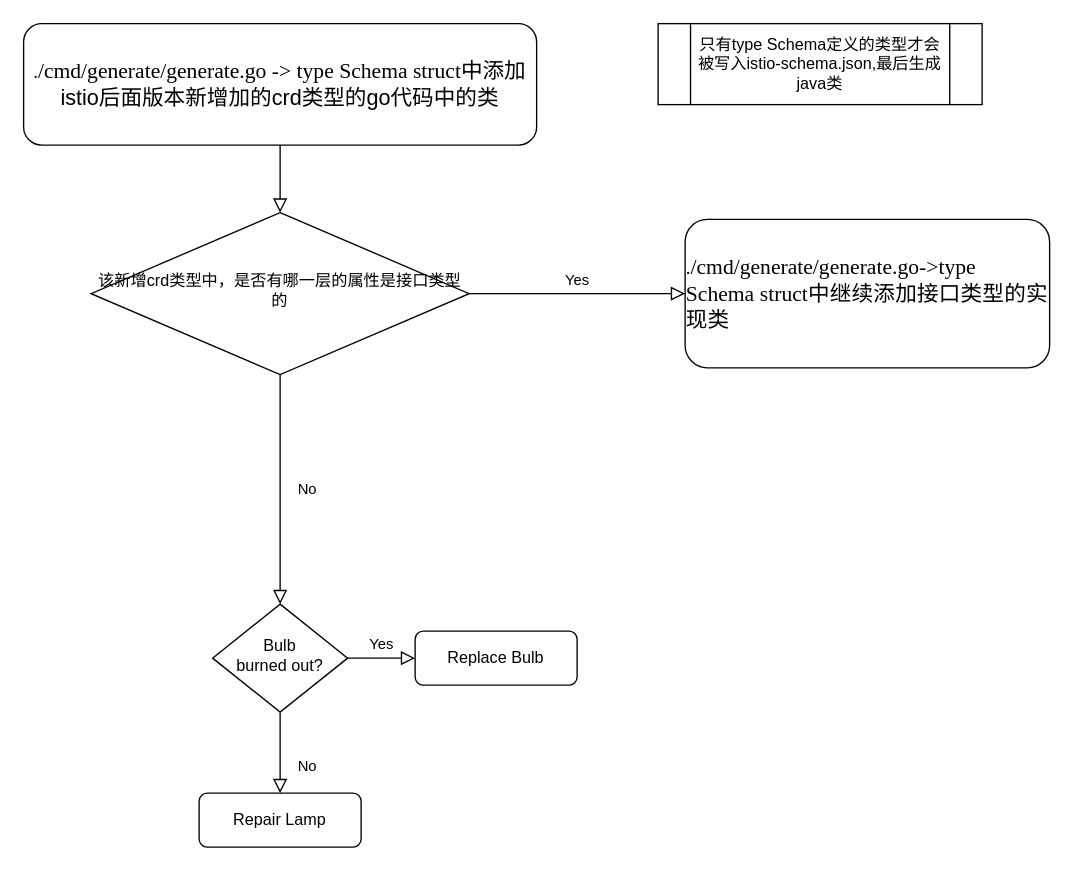
460434901ccz/ccz-practise keeps this draw.io diagram as istio-java-api 流程图.drawio. Above is the earlier version. Source tidied: cells renumbered, new cells numbered last; positions are measured from the earlier drawing's top-left corner, leaving out a move shared by most shapes. Both pictures are drawn from the tidied source at 135%, with x=0, y=0 at pixel (23, 23).
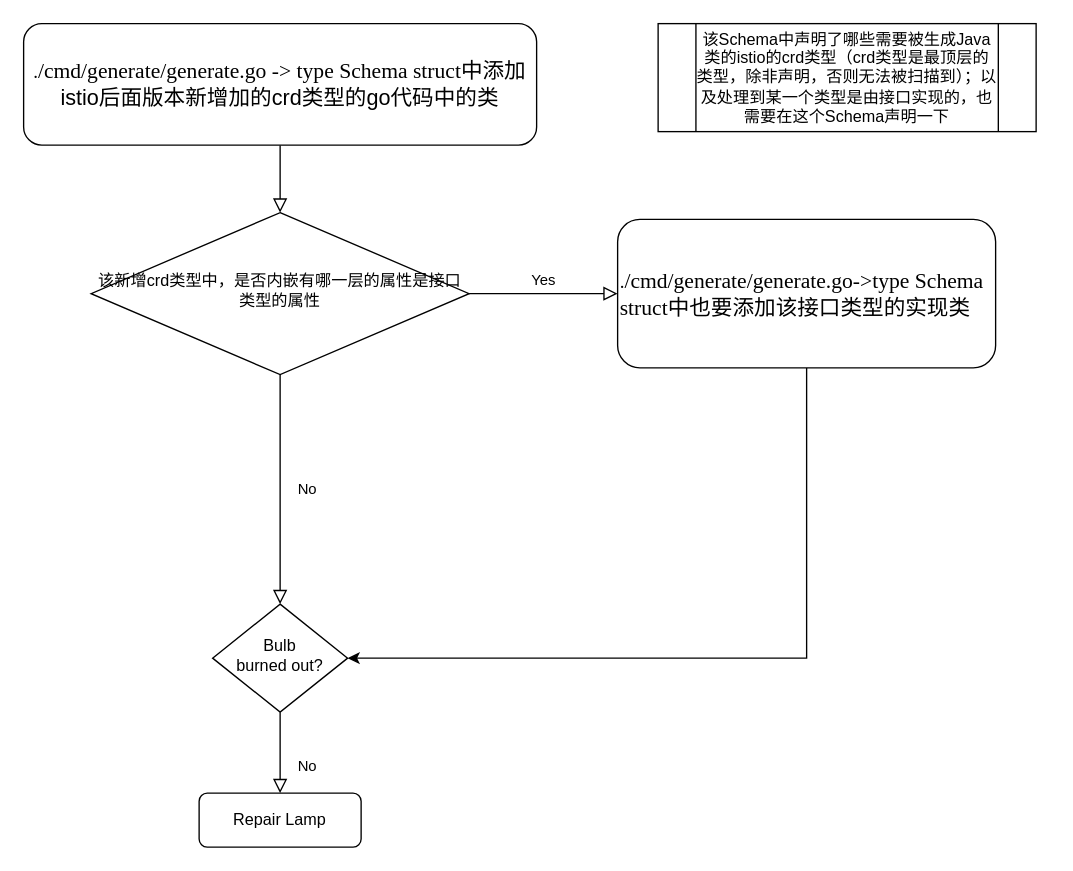
The same diagram, later.

Commit message (it also covers changes not shown here):
更新istio-java-api 流程图.drawio

Diff of the diagram source:
```diff
@@
 <mxGraphModel>
   <root>
     <mxCell id="0" />
     <mxCell id="1" parent="0" />
     <mxCell id="2" style="rounded=0;html=1;jettySize=auto;fontSize=11;endArrow=block;endFill=0;endSize=8;strokeWidth=1;shadow=0;labelBackgroundColor=none;edgeStyle=orthogonalEdgeStyle;" parent="1" edge="1" source="3" target="6">
       <mxGeometry relative="1" as="geometry" />
     </mxCell>
     <mxCell id="3" value="&lt;p class=&quot;MsoNormal&quot; style=&quot;margin: 0pt 0pt 0.0001pt ; text-align: justify ; font-family: &amp;#34;times new roman&amp;#34; ; font-size: 10.5pt&quot;&gt;&lt;span style=&quot;font-size: 10.5pt&quot;&gt;.&lt;/span&gt;&lt;span style=&quot;font-size: 12pt&quot;&gt;/cmd/generate/generate.go&lt;/span&gt;&lt;span style=&quot;font-size: 12pt&quot;&gt;&amp;nbsp;-&amp;gt; &lt;/span&gt;&lt;span style=&quot;font-size: 12pt&quot;&gt;type Schema struct&lt;/span&gt;&lt;span style=&quot;font-size: 12pt&quot;&gt;&lt;font face=&quot;宋体&quot;&gt;中添加&lt;/font&gt;&lt;/span&gt;&lt;/p&gt;&lt;span style=&quot;font-size: 16px ; text-align: justify&quot;&gt;istio后面版本&lt;/span&gt;&lt;span style=&quot;font-size: 12pt ; text-align: justify&quot;&gt;新增加的crd类型的go代码中的类&lt;/span&gt;&lt;span style=&quot;font-size: 16px ; text-align: justify&quot;&gt;&lt;br&gt;&lt;/span&gt;" style="rounded=1;whiteSpace=wrap;html=1;fontSize=12;glass=0;strokeWidth=1;shadow=0;" parent="1" vertex="1">
       <mxGeometry width="380" height="90" as="geometry" />
     </mxCell>
     <mxCell id="4" value="No" style="rounded=0;html=1;jettySize=auto;fontSize=11;endArrow=block;endFill=0;endSize=8;strokeWidth=1;shadow=0;labelBackgroundColor=none;edgeStyle=orthogonalEdgeStyle;" parent="1" edge="1" source="6" target="10">
       <mxGeometry y="20" relative="1" as="geometry" />
     </mxCell>
     <mxCell id="5" value="Yes" style="edgeStyle=orthogonalEdgeStyle;rounded=0;html=1;jettySize=auto;fontSize=11;endArrow=block;endFill=0;endSize=8;strokeWidth=1;shadow=0;labelBackgroundColor=none;" parent="1" edge="1" source="6" target="7">
       <mxGeometry y="10" relative="1" as="geometry" />
     </mxCell>
-    <mxCell id="6" value="该新增crd类型中，是否有哪一层的属性是接口类型的" style="rhombus;whiteSpace=wrap;html=1;shadow=0;fontFamily=Helvetica;fontSize=12;align=center;strokeWidth=1;spacing=6;spacingTop=-4;" parent="1" vertex="1">
+    <mxCell id="6" value="该新增crd类型中，是否内嵌有哪一层的属性是接口类型的属性" style="rhombus;whiteSpace=wrap;html=1;shadow=0;fontFamily=Helvetica;fontSize=12;align=center;strokeWidth=1;spacing=6;spacingTop=-4;" parent="1" vertex="1">
       <mxGeometry x="50" y="140" width="280" height="120" as="geometry" />
     </mxCell>
+    <mxCell id="14" style="edgeStyle=orthogonalEdgeStyle;rounded=0;jettySize=auto;html=1;entryX=1;entryY=0.5;entryDx=0;entryDy=0;" parent="1" edge="1" source="7" target="10">
+      <mxGeometry relative="1" as="geometry">
+        <Array as="points">
+          <mxPoint x="580" y="470" />
+        </Array>
+      </mxGeometry>
+    </mxCell>
-    <mxCell id="7" value="&lt;p class=&quot;MsoNormal&quot; style=&quot;margin: 0pt 0pt 0.0001pt ; text-align: justify ; font-family: &amp;#34;times new roman&amp;#34; ; font-size: 10.5pt&quot;&gt;&lt;span style=&quot;font-size: 10.5pt&quot;&gt;.&lt;/span&gt;&lt;span style=&quot;font-size: 12pt&quot;&gt;/cmd/generate/generate.go&lt;/span&gt;&lt;span style=&quot;font-size: 12pt&quot;&gt;-&amp;gt;&lt;/span&gt;&lt;span style=&quot;font-size: 12pt&quot;&gt;type Schema struct&lt;/span&gt;&lt;span style=&quot;font-size: 12pt&quot;&gt;&lt;font face=&quot;宋体&quot;&gt;中继续添加接口类型的实现类&lt;/font&gt;&lt;/span&gt;&lt;/p&gt;" style="rounded=1;whiteSpace=wrap;html=1;fontSize=12;glass=0;strokeWidth=1;shadow=0;" parent="1" vertex="1">
-      <mxGeometry x="490" y="145" width="270" height="110" as="geometry" />
+    <mxCell id="7" value="&lt;p class=&quot;MsoNormal&quot; style=&quot;margin: 0pt 0pt 0.0001pt ; font-family: &amp;#34;times new roman&amp;#34; ; font-size: 10.5pt&quot;&gt;&lt;span style=&quot;font-size: 10.5pt&quot;&gt;.&lt;/span&gt;&lt;span style=&quot;font-size: 12pt&quot;&gt;/cmd/generate/generate.go&lt;/span&gt;&lt;span style=&quot;font-size: 12pt&quot;&gt;-&amp;gt;&lt;/span&gt;&lt;span style=&quot;font-size: 12pt&quot;&gt;type Schema struct&lt;/span&gt;&lt;span style=&quot;font-size: 12pt&quot;&gt;&lt;font face=&quot;宋体&quot;&gt;中也要添加该接口类型的实现类&lt;/font&gt;&lt;/span&gt;&lt;/p&gt;" style="rounded=1;whiteSpace=wrap;html=1;fontSize=12;glass=0;strokeWidth=1;shadow=0;fontFamily=宋体;align=left;" parent="1" vertex="1">
+      <mxGeometry x="440" y="145" width="280" height="110" as="geometry" />
     </mxCell>
     <mxCell id="8" value="No" style="rounded=0;html=1;jettySize=auto;fontSize=11;endArrow=block;endFill=0;endSize=8;strokeWidth=1;shadow=0;labelBackgroundColor=none;edgeStyle=orthogonalEdgeStyle;" parent="1" edge="1" source="10" target="11">
       <mxGeometry x="0.33" y="20" relative="1" as="geometry" />
     </mxCell>
-    <mxCell id="9" value="Yes" style="edgeStyle=orthogonalEdgeStyle;rounded=0;html=1;jettySize=auto;fontSize=11;endArrow=block;endFill=0;endSize=8;strokeWidth=1;shadow=0;labelBackgroundColor=none;" parent="1" edge="1" source="10" target="12">
-      <mxGeometry y="10" relative="1" as="geometry" />
-    </mxCell>
     <mxCell id="10" value="Bulb&lt;br&gt;burned out?" style="rhombus;whiteSpace=wrap;html=1;shadow=0;fontFamily=Helvetica;fontSize=12;align=center;strokeWidth=1;spacing=6;spacingTop=-4;" parent="1" vertex="1">
       <mxGeometry x="140" y="430" width="100" height="80" as="geometry" />
     </mxCell>
     <mxCell id="11" value="Repair Lamp" style="rounded=1;whiteSpace=wrap;html=1;fontSize=12;glass=0;strokeWidth=1;shadow=0;" parent="1" vertex="1">
       <mxGeometry x="130" y="570" width="120" height="40" as="geometry" />
     </mxCell>
-    <mxCell id="12" value="Replace Bulb" style="rounded=1;whiteSpace=wrap;html=1;fontSize=12;glass=0;strokeWidth=1;shadow=0;" parent="1" vertex="1">
-      <mxGeometry x="290" y="450" width="120" height="40" as="geometry" />
-    </mxCell>
-    <mxCell id="13" value="只有type Schema定义的类型才会被写入istio-schema.json,最后生成java类" style="shape=process;whiteSpace=wrap;html=1;backgroundOutline=1;" parent="1" vertex="1">
-      <mxGeometry x="470" width="240" height="60" as="geometry" />
+    <mxCell id="13" value="该Schema中声明了哪些需要被生成Java类的istio的crd类型（crd类型是最顶层的类型，除非声明，否则无法被扫描到）；以及处理到某一个类型是由接口实现的，也需要在这个Schema声明一下" style="shape=process;whiteSpace=wrap;html=1;backgroundOutline=1;" parent="1" vertex="1">
+      <mxGeometry x="470" width="280" height="80" as="geometry" />
     </mxCell>
   </root>
 </mxGraphModel>
```
